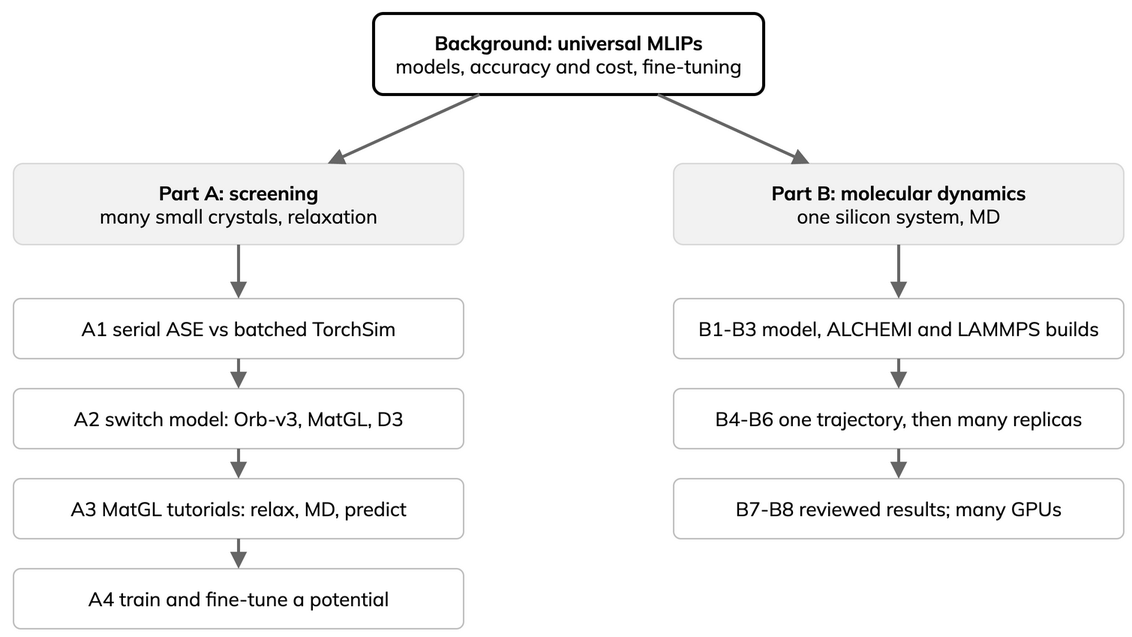
ENCCS/mlip-hands-on keeps this draw.io diagram as _static/lesson-map.drawio.png. Above is the earlier version. Source tidied: cells renumbered, new cells last; positions are measured from the earlier drawing's top-left corner, leaving out a move shared by most shapes.
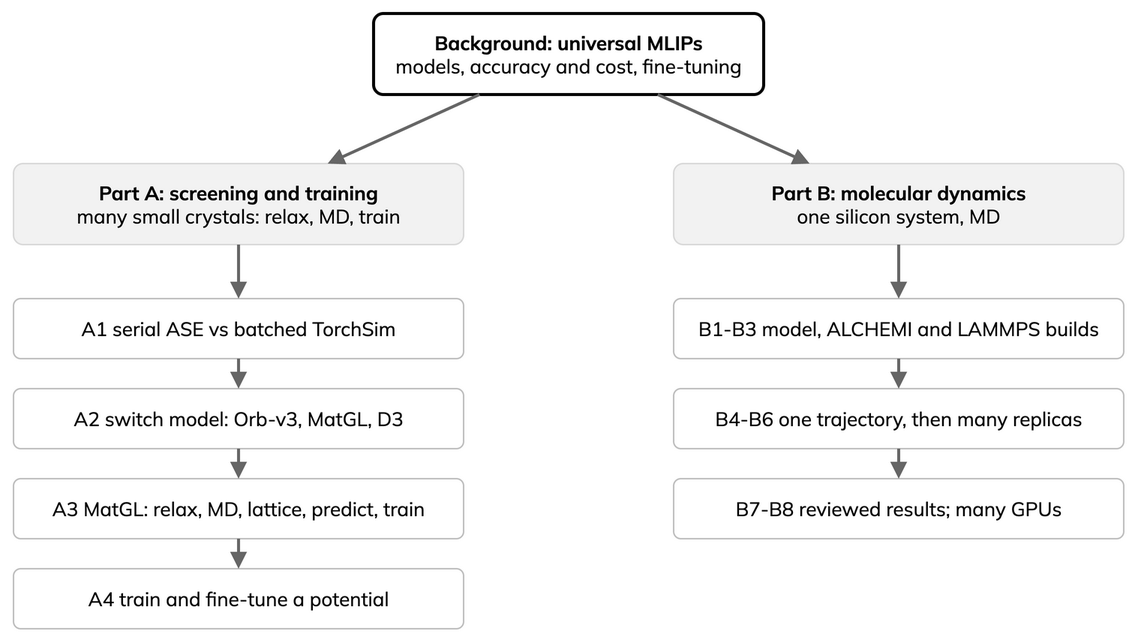
Later version of the same file.

What changed in the source:
```diff
@@ -5,7 +5,7 @@
     <mxCell id="2" value="&lt;b&gt;Background: universal MLIPs&lt;/b&gt;&lt;br&gt;models, accuracy and cost, fine-tuning" style="rounded=1;arcSize=12;whiteSpace=wrap;html=1;fontFamily=Mulish;fontSize=13;strokeColor=#000000;strokeWidth=2;fillColor=#FFFFFF;" parent="1" vertex="1">
       <mxGeometry x="240" width="260" height="54" as="geometry" />
     </mxCell>
-    <mxCell id="3" value="&lt;b&gt;Part A: screening&lt;/b&gt;&lt;br&gt;many small crystals, relaxation" style="rounded=1;arcSize=12;whiteSpace=wrap;html=1;fontFamily=Mulish;fontSize=13;strokeColor=#D9D9D9;fillColor=#F2F2F2;" parent="1" vertex="1">
+    <mxCell id="3" value="&lt;b&gt;Part A: screening and training&lt;/b&gt;&lt;br&gt;many small crystals: relax, MD, train" style="rounded=1;arcSize=12;whiteSpace=wrap;html=1;fontFamily=Mulish;fontSize=13;strokeColor=#D9D9D9;fillColor=#F2F2F2;" parent="1" vertex="1">
       <mxGeometry y="100" width="300" height="54" as="geometry" />
     </mxCell>
     <mxCell id="4" value="&lt;b&gt;Part B: molecular dynamics&lt;/b&gt;&lt;br&gt;one silicon system, MD" style="rounded=1;arcSize=12;whiteSpace=wrap;html=1;fontFamily=Mulish;fontSize=13;strokeColor=#D9D9D9;fillColor=#F2F2F2;" parent="1" vertex="1">
@@ -17,7 +17,7 @@
     <mxCell id="6" value="A2 switch model: Orb-v3, MatGL, D3" style="rounded=1;arcSize=12;whiteSpace=wrap;html=1;fontFamily=Mulish;fontSize=13;strokeColor=#BFBFBF;fillColor=#FFFFFF;" parent="1" vertex="1">
       <mxGeometry y="250" width="300" height="40" as="geometry" />
     </mxCell>
-    <mxCell id="7" value="A3 MatGL tutorials: relax, MD, predict" style="rounded=1;arcSize=12;whiteSpace=wrap;html=1;fontFamily=Mulish;fontSize=13;strokeColor=#BFBFBF;fillColor=#FFFFFF;" parent="1" vertex="1">
+    <mxCell id="7" value="A3 MatGL: relax, MD, lattice, predict, train" style="rounded=1;arcSize=12;whiteSpace=wrap;html=1;fontFamily=Mulish;fontSize=13;strokeColor=#BFBFBF;fillColor=#FFFFFF;" parent="1" vertex="1">
       <mxGeometry y="310" width="300" height="40" as="geometry" />
     </mxCell>
     <mxCell id="8" value="A4 train and fine-tune a potential" style="rounded=1;arcSize=12;whiteSpace=wrap;html=1;fontFamily=Mulish;fontSize=13;strokeColor=#BFBFBF;fillColor=#FFFFFF;" parent="1" vertex="1">
```
